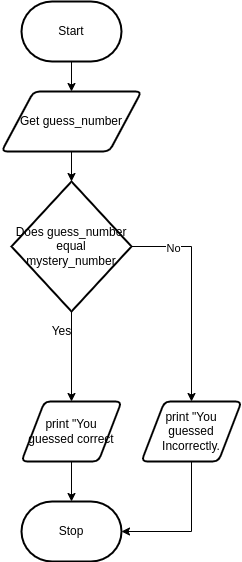
Earlier version of the draw.io export Flowchart.png (Peter-Gemmell/ICS3U-Unit3-02-Python). Source tidied: cells renumbered, new cells last; positions are measured from the earlier drawing's top-left corner, leaving out a move shared by most shapes. The source it was exported from:
```xml
<mxGraphModel>
  <root>
    <mxCell id="0" />
    <mxCell id="1" parent="0" />
    <mxCell id="2" style="edgeStyle=none;html=1;" parent="1" edge="1" source="3" target="5">
      <mxGeometry relative="1" as="geometry" />
    </mxCell>
    <mxCell id="3" value="Start" style="strokeWidth=2;html=1;shape=mxgraph.flowchart.terminator;whiteSpace=wrap;" parent="1" vertex="1">
      <mxGeometry x="20" width="100" height="60" as="geometry" />
    </mxCell>
    <mxCell id="4" style="edgeStyle=none;html=1;entryX=0.5;entryY=0;entryDx=0;entryDy=0;entryPerimeter=0;" parent="1" edge="1" source="5" target="12">
      <mxGeometry relative="1" as="geometry" />
    </mxCell>
    <mxCell id="5" value="Get guess_number" style="shape=parallelogram;html=1;strokeWidth=2;perimeter=parallelogramPerimeter;whiteSpace=wrap;rounded=1;arcSize=12;size=0.23;" parent="1" vertex="1">
      <mxGeometry y="90" width="140" height="60" as="geometry" />
    </mxCell>
    <mxCell id="6" style="edgeStyle=none;html=1;" parent="1" edge="1" source="7" target="8">
      <mxGeometry relative="1" as="geometry" />
    </mxCell>
    <mxCell id="7" value="print &quot;You guessed correct" style="shape=parallelogram;html=1;strokeWidth=2;perimeter=parallelogramPerimeter;whiteSpace=wrap;rounded=1;arcSize=12;size=0.23;" parent="1" vertex="1">
      <mxGeometry x="20" y="400" width="100" height="60" as="geometry" />
    </mxCell>
    <mxCell id="8" value="Stop" style="strokeWidth=2;html=1;shape=mxgraph.flowchart.terminator;whiteSpace=wrap;" parent="1" vertex="1">
      <mxGeometry x="20" y="500" width="100" height="60" as="geometry" />
    </mxCell>
    <mxCell id="9" style="edgeStyle=none;html=1;" parent="1" edge="1" source="12" target="7">
      <mxGeometry relative="1" as="geometry" />
    </mxCell>
    <mxCell id="10" style="edgeStyle=none;html=1;entryX=0.5;entryY=0;entryDx=0;entryDy=0;exitX=1;exitY=0.5;exitDx=0;exitDy=0;exitPerimeter=0;rounded=0;" parent="1" edge="1" source="12" target="15">
      <mxGeometry relative="1" as="geometry">
        <Array as="points">
          <mxPoint x="190" y="245" />
        </Array>
      </mxGeometry>
    </mxCell>
    <mxCell id="11" value="No" style="edgeLabel;html=1;align=center;verticalAlign=middle;" parent="10" vertex="1">
      <mxGeometry x="-0.62" y="-1" relative="1" as="geometry" />
    </mxCell>
    <mxCell id="12" value="&lt;span&gt;Does guess_number equal mystery_number&lt;/span&gt;" style="strokeWidth=2;html=1;shape=mxgraph.flowchart.decision;whiteSpace=wrap;" parent="1" vertex="1">
      <mxGeometry x="10" y="180" width="120" height="130" as="geometry" />
    </mxCell>
    <mxCell id="13" value="Yes" style="text;html=1;align=center;verticalAlign=middle;strokeColor=none;fillColor=none;" parent="1" vertex="1">
      <mxGeometry x="40" y="320" width="40" height="20" as="geometry" />
    </mxCell>
    <mxCell id="14" style="edgeStyle=none;rounded=0;html=1;entryX=1;entryY=0.5;entryDx=0;entryDy=0;entryPerimeter=0;" parent="1" edge="1" source="15" target="8">
      <mxGeometry relative="1" as="geometry">
        <Array as="points">
          <mxPoint x="190" y="530" />
        </Array>
      </mxGeometry>
    </mxCell>
    <mxCell id="15" value="print &quot;You guessed Incorrectly." style="shape=parallelogram;html=1;strokeWidth=2;perimeter=parallelogramPerimeter;whiteSpace=wrap;rounded=1;arcSize=12;size=0.23;" parent="1" vertex="1">
      <mxGeometry x="140" y="400" width="100" height="60" as="geometry" />
    </mxCell>
  </root>
</mxGraphModel>
```
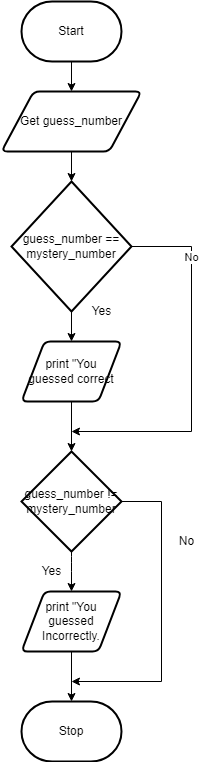
Above is the later version.

Change to the diagram source:
```diff
@@ -14,43 +14,66 @@
     <mxCell id="5" value="Get guess_number" style="shape=parallelogram;html=1;strokeWidth=2;perimeter=parallelogramPerimeter;whiteSpace=wrap;rounded=1;arcSize=12;size=0.23;" parent="1" vertex="1">
       <mxGeometry y="90" width="140" height="60" as="geometry" />
     </mxCell>
-    <mxCell id="6" style="edgeStyle=none;html=1;" parent="1" edge="1" source="7" target="8">
+    <mxCell id="6" style="edgeStyle=none;html=1;" parent="1" edge="1" source="7" target="18">
       <mxGeometry relative="1" as="geometry" />
     </mxCell>
     <mxCell id="7" value="print &quot;You guessed correct" style="shape=parallelogram;html=1;strokeWidth=2;perimeter=parallelogramPerimeter;whiteSpace=wrap;rounded=1;arcSize=12;size=0.23;" parent="1" vertex="1">
-      <mxGeometry x="20" y="400" width="100" height="60" as="geometry" />
+      <mxGeometry x="20" y="340" width="100" height="60" as="geometry" />
     </mxCell>
     <mxCell id="8" value="Stop" style="strokeWidth=2;html=1;shape=mxgraph.flowchart.terminator;whiteSpace=wrap;" parent="1" vertex="1">
-      <mxGeometry x="20" y="500" width="100" height="60" as="geometry" />
+      <mxGeometry x="20" y="700" width="100" height="60" as="geometry" />
     </mxCell>
     <mxCell id="9" style="edgeStyle=none;html=1;" parent="1" edge="1" source="12" target="7">
       <mxGeometry relative="1" as="geometry" />
     </mxCell>
-    <mxCell id="10" style="edgeStyle=none;html=1;entryX=0.5;entryY=0;entryDx=0;entryDy=0;exitX=1;exitY=0.5;exitDx=0;exitDy=0;exitPerimeter=0;rounded=0;" parent="1" edge="1" source="12" target="15">
+    <mxCell id="10" style="edgeStyle=none;html=1;exitX=1;exitY=0.5;exitDx=0;exitDy=0;exitPerimeter=0;rounded=0;" parent="1" edge="1" source="12">
       <mxGeometry relative="1" as="geometry">
+        <mxPoint x="70" y="430" as="targetPoint" />
         <Array as="points">
           <mxPoint x="190" y="245" />
+          <mxPoint x="190" y="430" />
         </Array>
       </mxGeometry>
     </mxCell>
     <mxCell id="11" value="No" style="edgeLabel;html=1;align=center;verticalAlign=middle;" parent="10" vertex="1">
       <mxGeometry x="-0.62" y="-1" relative="1" as="geometry" />
     </mxCell>
-    <mxCell id="12" value="&lt;span&gt;Does guess_number equal mystery_number&lt;/span&gt;" style="strokeWidth=2;html=1;shape=mxgraph.flowchart.decision;whiteSpace=wrap;" parent="1" vertex="1">
+    <mxCell id="12" value="&lt;span&gt;guess_number == mystery_number&lt;/span&gt;" style="strokeWidth=2;html=1;shape=mxgraph.flowchart.decision;whiteSpace=wrap;" parent="1" vertex="1">
       <mxGeometry x="10" y="180" width="120" height="130" as="geometry" />
     </mxCell>
     <mxCell id="13" value="Yes" style="text;html=1;align=center;verticalAlign=middle;strokeColor=none;fillColor=none;" parent="1" vertex="1">
-      <mxGeometry x="40" y="320" width="40" height="20" as="geometry" />
+      <mxGeometry x="80" y="300" width="40" height="20" as="geometry" />
     </mxCell>
-    <mxCell id="14" style="edgeStyle=none;rounded=0;html=1;entryX=1;entryY=0.5;entryDx=0;entryDy=0;entryPerimeter=0;" parent="1" edge="1" source="15" target="8">
-      <mxGeometry relative="1" as="geometry">
-        <Array as="points">
-          <mxPoint x="190" y="530" />
-        </Array>
-      </mxGeometry>
+    <mxCell id="14" style="edgeStyle=none;html=1;" parent="1" edge="1" source="15" target="8">
+      <mxGeometry relative="1" as="geometry" />
     </mxCell>
     <mxCell id="15" value="print &quot;You guessed Incorrectly." style="shape=parallelogram;html=1;strokeWidth=2;perimeter=parallelogramPerimeter;whiteSpace=wrap;rounded=1;arcSize=12;size=0.23;" parent="1" vertex="1">
-      <mxGeometry x="140" y="400" width="100" height="60" as="geometry" />
+      <mxGeometry x="20" y="590" width="100" height="60" as="geometry" />
     </mxCell>
+    <mxCell id="16" style="edgeStyle=none;html=1;" parent="1" edge="1" source="18" target="15">
+      <mxGeometry relative="1" as="geometry">
+        <Array as="points">
+          <mxPoint x="70" y="560" />
+        </Array>
+      </mxGeometry>
+    </mxCell>
+    <mxCell id="17" style="edgeStyle=none;html=1;exitX=1;exitY=0.5;exitDx=0;exitDy=0;exitPerimeter=0;rounded=0;" parent="1" edge="1" source="18">
+      <mxGeometry relative="1" as="geometry">
+        <mxPoint x="70" y="680" as="targetPoint" />
+        <Array as="points">
+          <mxPoint x="160" y="500" />
+          <mxPoint x="160" y="680" />
+        </Array>
+      </mxGeometry>
+    </mxCell>
+    <mxCell id="18" value="guess_number != mystery_number" style="strokeWidth=2;html=1;shape=mxgraph.flowchart.decision;whiteSpace=wrap;" parent="1" vertex="1">
+      <mxGeometry x="20" y="450" width="100" height="100" as="geometry" />
+    </mxCell>
+    <mxCell id="19" value="Yes&lt;br&gt;" style="text;html=1;align=center;verticalAlign=middle;strokeColor=none;fillColor=none;" parent="1" vertex="1">
+      <mxGeometry x="30" y="560" width="40" height="20" as="geometry" />
+    </mxCell>
+    <mxCell id="20" value="No&lt;br&gt;" style="text;html=1;align=center;verticalAlign=middle;strokeColor=none;fillColor=none;" parent="1" vertex="1">
+      <mxGeometry x="170" y="530" width="30" height="20" as="geometry" />
+    </mxCell>
   </root>
 </mxGraphModel>
```
